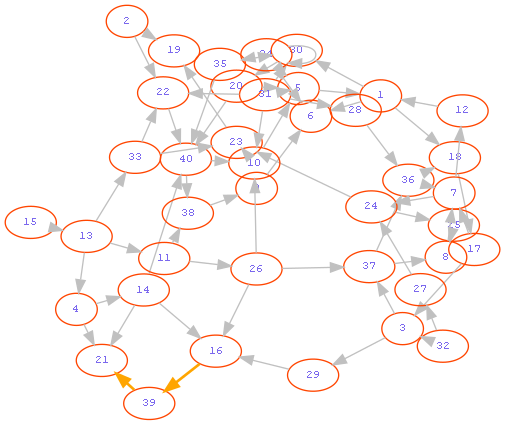
Earlier version of the Graphviz export image/graphTF.gv.png (MaxTer43/TF-201414715-201416643-201810133-201910127). Its source is kept beside it as image/graphTF.gv. Its diagram source:
```dot
digraph graphTF {
	graph [layout=sfdp]
	node [color=orangered fontcolor=mediumslateblue fontname=monospace fontsize=8 height=0.1 width=0.1]
	edge [color=gray fontname=monospace fontsize=8]
	39 -> 21 [color=orange dir=forward penwidth=2]
	16 -> 39 [color=orange dir=forward penwidth=2]
	1 -> 6
	1 -> 18
	1 -> 30
	2 -> 19
	2 -> 22
	3 -> 29
	3 -> 37
	4 -> 14
	4 -> 21
	5 -> 1
	7 -> 12
	7 -> 24
	8 -> 7
	9 -> 6
	10 -> 5
	10 -> 23
	11 -> 26
	11 -> 38
	12 -> 1
	13 -> 4
	13 -> 11
	13 -> 33
	14 -> 16
	14 -> 21
	14 -> 40
	15 -> 13
	17 -> 3
	17 -> 7
	18 -> 17
	20 -> 5
	20 -> 40
	22 -> 40
	23 -> 19
	24 -> 23
	24 -> 25
	25 -> 8
	26 -> 10
	26 -> 16
	26 -> 37
	27 -> 24
	28 -> 36
	29 -> 16
	30 -> 20
	31 -> 5
	31 -> 10
	31 -> 22
	31 -> 28
	31 -> 30
	32 -> 3
	32 -> 27
	33 -> 22
	33 -> 23
	34 -> 5
	34 -> 6
	34 -> 34
	34 -> 35
	35 -> 30
	35 -> 40
	36 -> 7
	36 -> 18
	37 -> 8
	37 -> 36
	38 -> 9
	40 -> 10
	40 -> 38
}
```
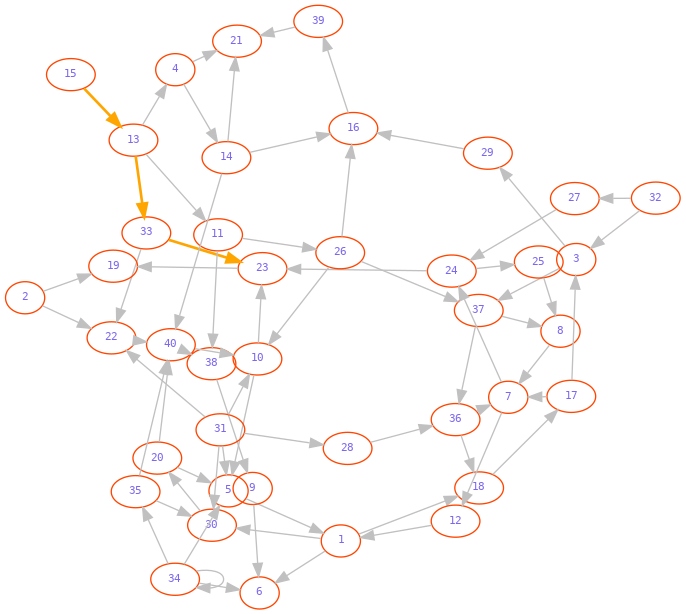
The same diagram one commit later.

What changed in the source:
```diff
@@ -2,8 +2,9 @@
 	graph [layout=sfdp]
 	node [color=orangered fontcolor=mediumslateblue fontname=monospace fontsize=8 height=0.1 width=0.1]
 	edge [color=gray fontname=monospace fontsize=8]
-	39 -> 21 [color=orange dir=forward penwidth=2]
-	16 -> 39 [color=orange dir=forward penwidth=2]
+	15 -> 13 [color=orange dir=forward penwidth=2]
+	33 -> 23 [color=orange dir=forward penwidth=2]
+	13 -> 33 [color=orange dir=forward penwidth=2]
 	1 -> 6
 	1 -> 18
 	1 -> 30
@@ -25,11 +26,10 @@
 	12 -> 1
 	13 -> 4
 	13 -> 11
-	13 -> 33
 	14 -> 16
 	14 -> 21
 	14 -> 40
-	15 -> 13
+	16 -> 39
 	17 -> 3
 	17 -> 7
 	18 -> 17
@@ -55,7 +55,6 @@
 	32 -> 3
 	32 -> 27
 	33 -> 22
-	33 -> 23
 	34 -> 5
 	34 -> 6
 	34 -> 34
@@ -67,6 +66,7 @@
 	37 -> 8
 	37 -> 36
 	38 -> 9
+	39 -> 21
 	40 -> 10
 	40 -> 38
 }
```
